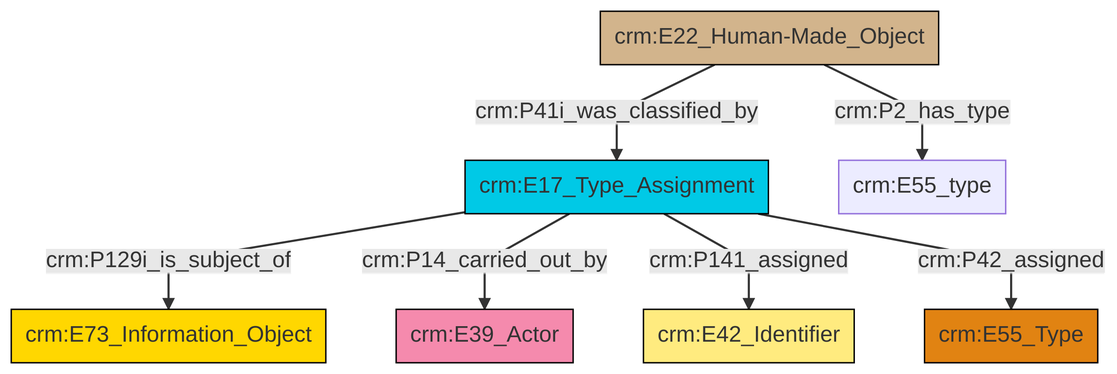
swiss-art-research-net/docs.swissartresearch keeps this Mermaid diagram as et/builtWorkCSV/ttl/mmd/png/Built_Work_designation_status.png. Above is the earlier version. Its source is kept beside it as et/builtWorkCSV/ttl/mmd/Built_Work_designation_status.ttl.mmd.
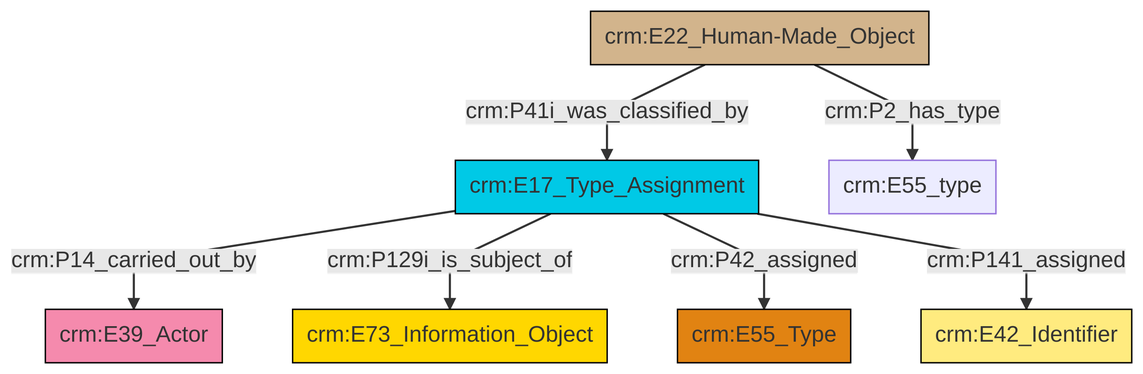
The same diagram one commit later.

What changed in the source:
```diff
@@ -13,9 +13,9 @@
 classDef PC_Classes fill:#4ce600, stroke:#000000;
 classDef Multi fill:#cccccc,stroke:#000000;
 
-4["crm:E22_Human-Made_Object"]:::Physical_Thing -->|crm:P41i_was_classified_by| 0["crm:E17_Type_Assignment"]:::Temporal_Entity
-4["crm:E22_Human-Made_Object"]:::Physical_Thing -->|crm:P2_has_type| 5["crm:E55_type"]:::Default
-0["crm:E17_Type_Assignment"]:::Temporal_Entity -->|crm:P129i_is_subject_of| 8["crm:E73_Information_Object"]:::Conceptual_Object
-0["crm:E17_Type_Assignment"]:::Temporal_Entity -->|crm:P14_carried_out_by| 6["crm:E39_Actor"]:::Actor
+0["crm:E17_Type_Assignment"]:::Temporal_Entity -->|crm:P14_carried_out_by| 1["crm:E39_Actor"]:::Actor
+0["crm:E17_Type_Assignment"]:::Temporal_Entity -->|crm:P129i_is_subject_of| 3["crm:E73_Information_Object"]:::Conceptual_Object
+5["crm:E22_Human-Made_Object"]:::Physical_Thing -->|crm:P2_has_type| 7["crm:E55_type"]:::Default
+5["crm:E22_Human-Made_Object"]:::Physical_Thing -->|crm:P41i_was_classified_by| 0["crm:E17_Type_Assignment"]:::Temporal_Entity
+0["crm:E17_Type_Assignment"]:::Temporal_Entity -->|crm:P42_assigned| 8["crm:E55_Type"]:::Type
 0["crm:E17_Type_Assignment"]:::Temporal_Entity -->|crm:P141_assigned| 11["crm:E42_Identifier"]:::Appellation
-0["crm:E17_Type_Assignment"]:::Temporal_Entity -->|crm:P42_assigned| 2["crm:E55_Type"]:::Type
```
